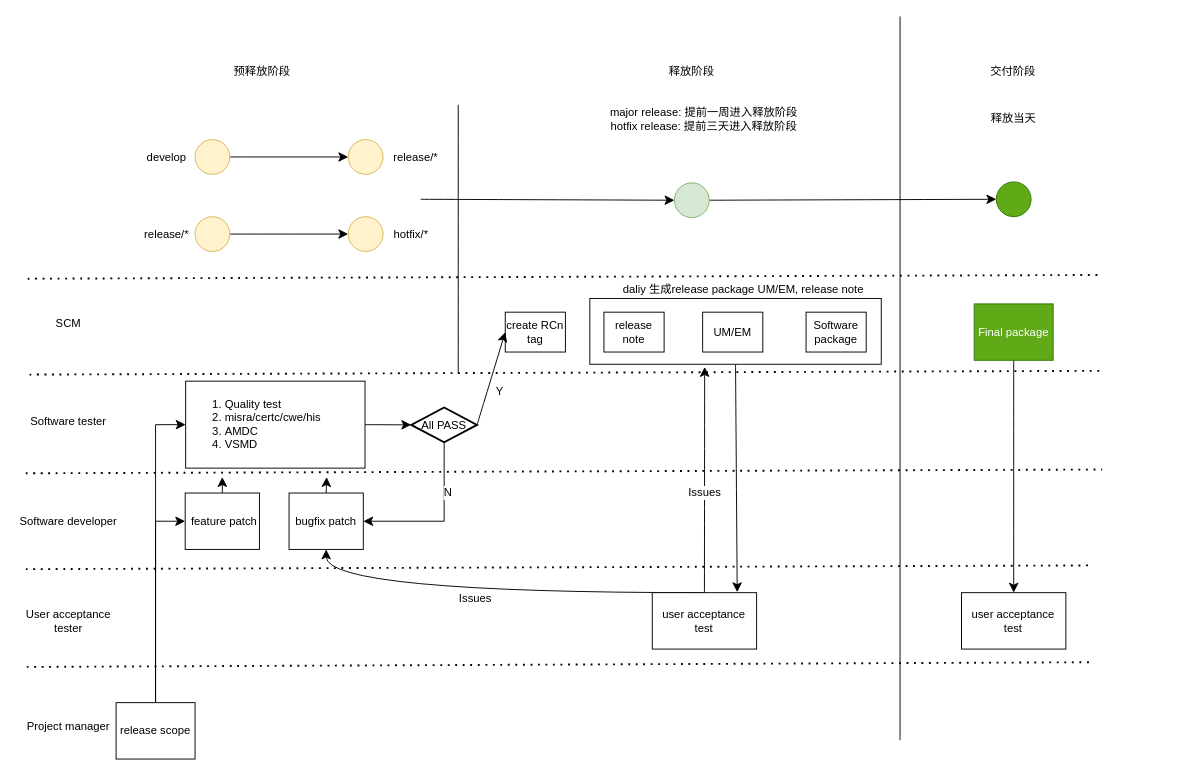
salfe/VSC-Plugin keeps this draw.io diagram as page "Page-4" (11 of 12) of Untitled Diagram.drawio. Above is the earlier version. Source tidied: cells renumbered, new cells numbered last; positions are measured from the earlier drawing's top-left corner, leaving out a move shared by most shapes. Both pictures are drawn from the tidied source at 94%, with x=0, y=0 at pixel (16, 16).
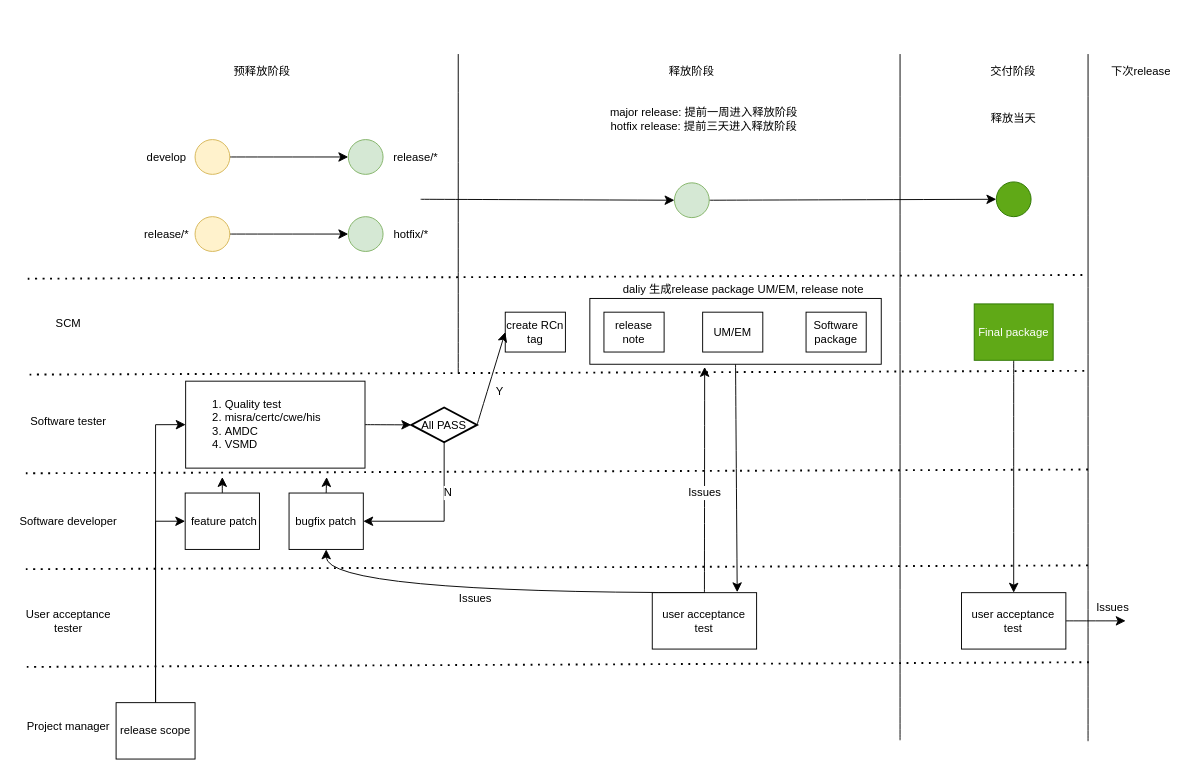
The same page after the edit.

Unchanged cells that the change refers to:
```xml
<mxCell id="61" value="user acceptance test" style="rounded=0;whiteSpace=wrap;html=1;" parent="1" vertex="1">
  <mxGeometry x="1005.4" y="613" width="111" height="60" as="geometry" />
</mxCell>
```

The edit, as a diff of the source:
```diff
@@
     <mxCell id="7" style="endArrow=none;dashed=1;html=1;dashPattern=1 3;strokeWidth=2;rounded=0;fontSize=12;startSize=8;endSize=8;curved=1;" parent="1" edge="1">
       <mxGeometry relative="1" as="geometry">
         <mxPoint x="12" y="279" as="sourcePoint" />
-        <mxPoint x="1155" y="275" as="targetPoint" />
+        <mxPoint x="1140" y="275" as="targetPoint" />
       </mxGeometry>
     </mxCell>
     <mxCell id="8" style="endArrow=none;dashed=1;html=1;dashPattern=1 3;strokeWidth=2;rounded=0;fontSize=12;startSize=8;endSize=8;curved=1;" parent="1" edge="1">
       <mxGeometry relative="1" as="geometry">
         <mxPoint x="14" y="381" as="sourcePoint" />
-        <mxPoint x="1155" y="377" as="targetPoint" />
+        <mxPoint x="1140" y="377" as="targetPoint" />
       </mxGeometry>
     </mxCell>
     <mxCell id="9" style="endArrow=none;dashed=1;html=1;dashPattern=1 3;strokeWidth=2;rounded=0;fontSize=12;startSize=8;endSize=8;curved=1;" parent="1" edge="1">
       <mxGeometry relative="1" as="geometry">
         <mxPoint x="10" y="486" as="sourcePoint" />
-        <mxPoint x="1155" y="482" as="targetPoint" />
+        <mxPoint x="1140" y="482" as="targetPoint" />
       </mxGeometry>
     </mxCell>
@@
     <mxCell id="39" style="endArrow=none;html=1;rounded=0;fontSize=12;defaultLabelBackgroundColor=page;labelPadding=0 4;startSize=8;endSize=8;curved=1;" parent="1" edge="1">
       <mxGeometry relative="1" as="geometry">
         <mxPoint x="470" y="380" as="sourcePoint" />
-        <mxPoint x="470" y="94" as="targetPoint" />
+        <mxPoint x="470" y="40" as="targetPoint" />
       </mxGeometry>
     </mxCell>
     <mxCell id="40" style="endArrow=none;html=1;rounded=0;fontSize=12;defaultLabelBackgroundColor=page;labelPadding=0 4;startSize=8;endSize=8;curved=1;" parent="1" edge="1">
       <mxGeometry relative="1" as="geometry">
         <mxPoint x="940" y="770" as="sourcePoint" />
-        <mxPoint x="940" as="targetPoint" />
+        <mxPoint x="940" y="40" as="targetPoint" />
       </mxGeometry>
     </mxCell>
@@
-    <mxCell id="47" style="ellipse;whiteSpace=wrap;html=1;shapeInside=1;fillColor=#fff2cc;strokeColor=#d6b656;" parent="1" vertex="1">
+    <mxCell id="47" style="ellipse;whiteSpace=wrap;html=1;shapeInside=1;fillColor=#d5e8d4;strokeColor=#82b366;" parent="1" vertex="1">
       <mxGeometry x="353" y="131" width="37" height="37" as="geometry" />
     </mxCell>
@@
-    <mxCell id="56" style="ellipse;whiteSpace=wrap;html=1;shapeInside=1;fillColor=#fff2cc;strokeColor=#d6b656;" parent="1" vertex="1">
+    <mxCell id="56" style="ellipse;whiteSpace=wrap;html=1;shapeInside=1;fillColor=#d5e8d4;strokeColor=#82b366;" parent="1" vertex="1">
       <mxGeometry x="353" y="213" width="37" height="37" as="geometry" />
     </mxCell>
@@
+    <mxCell id="62" style="edgeStyle=none;curved=1;rounded=0;curveGeometry=1;jettySize=auto;html=1;exitX=1;exitY=0.5;exitDx=0;exitDy=0;fontSize=12;defaultLabelBackgroundColor=page;labelPadding=0 4;startSize=8;endSize=8;" parent="1" edge="1" source="61">
+      <mxGeometry relative="1" as="geometry">
+        <mxPoint x="1180" y="643" as="targetPoint" />
+      </mxGeometry>
+    </mxCell>
+    <mxCell id="63" value="Issues" style="edgeLabel;html=1;align=center;verticalAlign=middle;inheritText=1;fontSize=12;defaultLabelBackgroundColor=page;labelPadding=0 4;" parent="62" vertex="1">
+      <mxGeometry x="0.53" y="4" relative="1" as="geometry">
+        <mxPoint y="-11" as="offset" />
+      </mxGeometry>
+    </mxCell>
@@
+    <mxCell id="64" style="endArrow=none;html=1;rounded=0;fontSize=12;defaultLabelBackgroundColor=page;labelPadding=0 4;startSize=8;endSize=8;curved=1;" parent="1" edge="1">
+      <mxGeometry relative="1" as="geometry">
+        <mxPoint x="1140" y="771" as="sourcePoint" />
+        <mxPoint x="1140" y="40" as="targetPoint" />
+      </mxGeometry>
+    </mxCell>
+    <mxCell id="65" value="下次release" style="text;html=1;whiteSpace=wrap;strokeColor=none;fillColor=none;align=center;verticalAlign=middle;rounded=0;" parent="1" vertex="1">
+      <mxGeometry x="1150" y="44" width="93.1" height="30" as="geometry" />
+    </mxCell>
```
